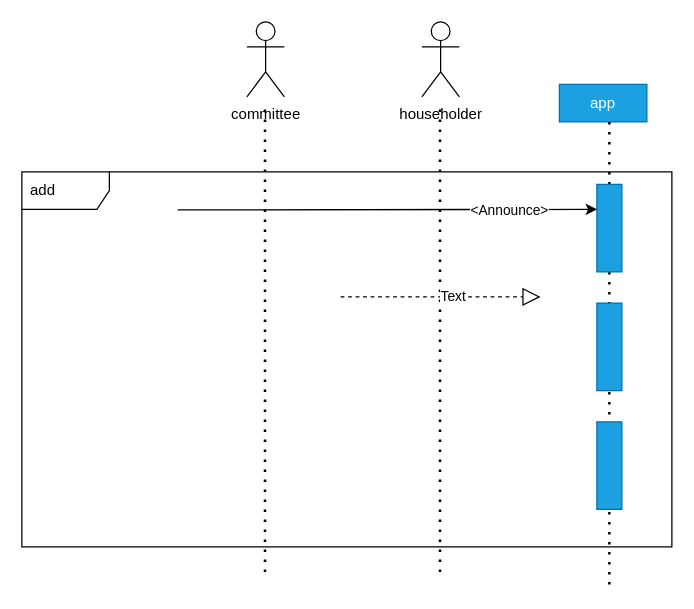
Before: answer.drawio in wyj8912/111-2HW4, a draw.io diagram. Source tidied: cells renumbered, new cells numbered last; positions are measured from the earlier drawing's top-left corner, leaving out a move shared by most shapes. Both pictures are drawn from the tidied source at 125%, with x=0, y=0 at pixel (21, 21).
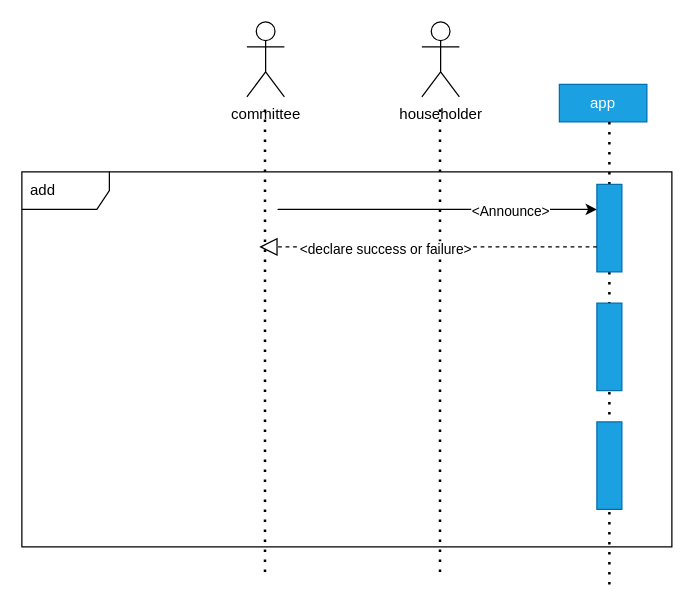
The same page after the edit.

The edit, as a diff of the source:
```diff
@@
     <mxCell id="13" style="endArrow=classic;html=1;" parent="1" edge="1">
       <mxGeometry relative="1" as="geometry">
-        <mxPoint x="360" y="150" as="sourcePoint" />
+        <mxPoint x="320" y="150" as="sourcePoint" />
         <mxPoint x="460" y="150" as="targetPoint" />
         <Array as="points">
-          <mxPoint x="120" y="150.5" />
+          <mxPoint x="200" y="150" />
         </Array>
       </mxGeometry>
     </mxCell>
     <mxCell id="14" value="&amp;lt;Announce&amp;gt;" style="edgeLabel;html=1;align=center;verticalAlign=middle;" parent="13" vertex="1">
       <mxGeometry relative="1" as="geometry">
-        <mxPoint x="220" as="offset" />
+        <mxPoint x="120" y="1" as="offset" />
       </mxGeometry>
     </mxCell>
     <mxCell id="15" style="endArrow=block;dashed=1;endFill=0;endSize=12;html=1;" parent="1" edge="1">
       <mxGeometry relative="1" as="geometry">
-        <mxPoint x="255" y="220" as="sourcePoint" />
-        <mxPoint x="415" y="220" as="targetPoint" />
+        <mxPoint x="460" y="180" as="sourcePoint" />
+        <mxPoint x="190" y="180" as="targetPoint" />
+        <Array as="points">
+          <mxPoint x="300" y="180" />
+        </Array>
       </mxGeometry>
     </mxCell>
-    <mxCell id="16" value="Text" style="edgeLabel;html=1;align=center;verticalAlign=middle;" parent="15" vertex="1">
-      <mxGeometry x="0.11" y="1" relative="1" as="geometry" />
-    </mxCell>
+    <mxCell id="17" value="&amp;lt;declare success or failure&amp;gt;" style="edgeLabel;html=1;align=center;verticalAlign=middle;" parent="15" vertex="1">
+      <mxGeometry x="0.26" y="1" relative="1" as="geometry" />
+    </mxCell>
```
